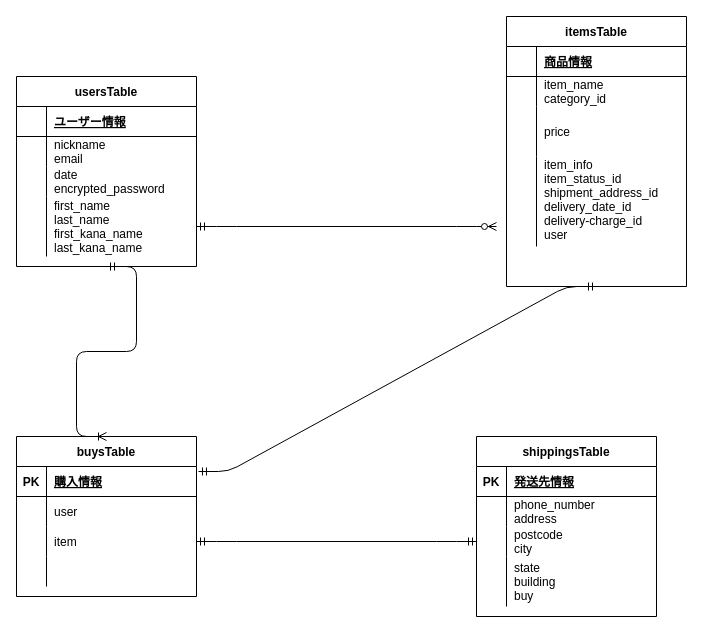
Before: test.dio in magitaka/furima-37667, a draw.io diagram. Source tidied: cells renumbered, new cells numbered last; positions are measured from the earlier drawing's top-left corner, leaving out a move shared by most shapes. Both pictures are drawn from the tidied source at 100%, with x=0, y=0 at pixel (16, 16).
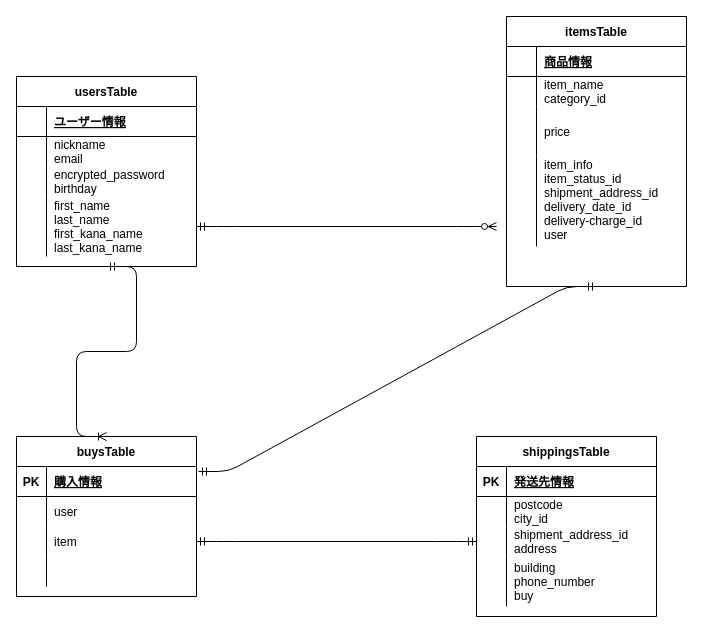
The same page after the edit.

Commit message (it also covers changes not shown here):
修正の修正

The change refers to these unchanged cells:
```xml
<mxCell id="22" style="shape=partialRectangle;fillColor=none;top=0;left=0;bottom=0;right=0;" parent="15" vertex="1">
  <mxGeometry y="90" width="180" height="30" as="geometry" />
</mxCell>
<mxCell id="45" style="shape=partialRectangle;fillColor=none;top=0;left=0;bottom=0;right=0;" parent="41" vertex="1">
  <mxGeometry y="60" width="180" height="30" as="geometry" />
</mxCell>
<mxCell id="48" style="shape=partialRectangle;fillColor=none;top=0;left=0;bottom=0;right=0;points=[[0,0.5],[1,0.5]];portConstraint=eastwest;" parent="41" vertex="1">
  <mxGeometry y="90" width="180" height="30" as="geometry" />
</mxCell>
<mxCell id="51" style="shape=partialRectangle;fillColor=none;top=0;left=0;bottom=0;right=0;" parent="41" vertex="1">
  <mxGeometry y="120" width="180" height="50" as="geometry" />
</mxCell>
```

Change to the diagram source:
```diff
@@
-    <mxCell id="24" value="date&#10;encrypted_password" style="shape=partialRectangle;fillColor=none;top=0;left=0;bottom=0;right=0;align=left;spacingLeft=6;overflow=hidden;" parent="22" vertex="1">
+    <mxCell id="24" value="encrypted_password&#10;birthday" style="shape=partialRectangle;fillColor=none;top=0;left=0;bottom=0;right=0;align=left;spacingLeft=6;overflow=hidden;" parent="22" vertex="1">
       <mxGeometry x="30" width="150" height="30" as="geometry" />
     </mxCell>
@@
-    <mxCell id="47" value="phone_number &#10;address" style="shape=partialRectangle;fillColor=none;top=0;left=0;bottom=0;right=0;align=left;spacingLeft=6;overflow=hidden;" parent="45" vertex="1">
+    <mxCell id="47" value="postcode&#10;city_id&#10;" style="shape=partialRectangle;fillColor=none;top=0;left=0;bottom=0;right=0;align=left;spacingLeft=6;overflow=hidden;" parent="45" vertex="1">
       <mxGeometry x="30" width="150" height="30" as="geometry" />
     </mxCell>
@@
-    <mxCell id="50" value="postcode&#10;city" style="shape=partialRectangle;fillColor=none;top=0;left=0;bottom=0;right=0;align=left;spacingLeft=6;overflow=hidden;" parent="48" vertex="1">
+    <mxCell id="50" value="shipment_address_id&#10;address" style="shape=partialRectangle;fillColor=none;top=0;left=0;bottom=0;right=0;align=left;spacingLeft=6;overflow=hidden;" parent="48" vertex="1">
       <mxGeometry x="30" width="150" height="30" as="geometry" />
     </mxCell>
@@
-    <mxCell id="53" value="state&#10;building&#10;buy" style="shape=partialRectangle;fillColor=none;top=0;left=0;bottom=0;right=0;align=left;spacingLeft=6;overflow=hidden;" parent="51" vertex="1">
+    <mxCell id="53" value="building&#10;phone_number&#10;buy" style="shape=partialRectangle;fillColor=none;top=0;left=0;bottom=0;right=0;align=left;spacingLeft=6;overflow=hidden;" parent="51" vertex="1">
       <mxGeometry x="30" width="150" height="50" as="geometry" />
     </mxCell>
```
